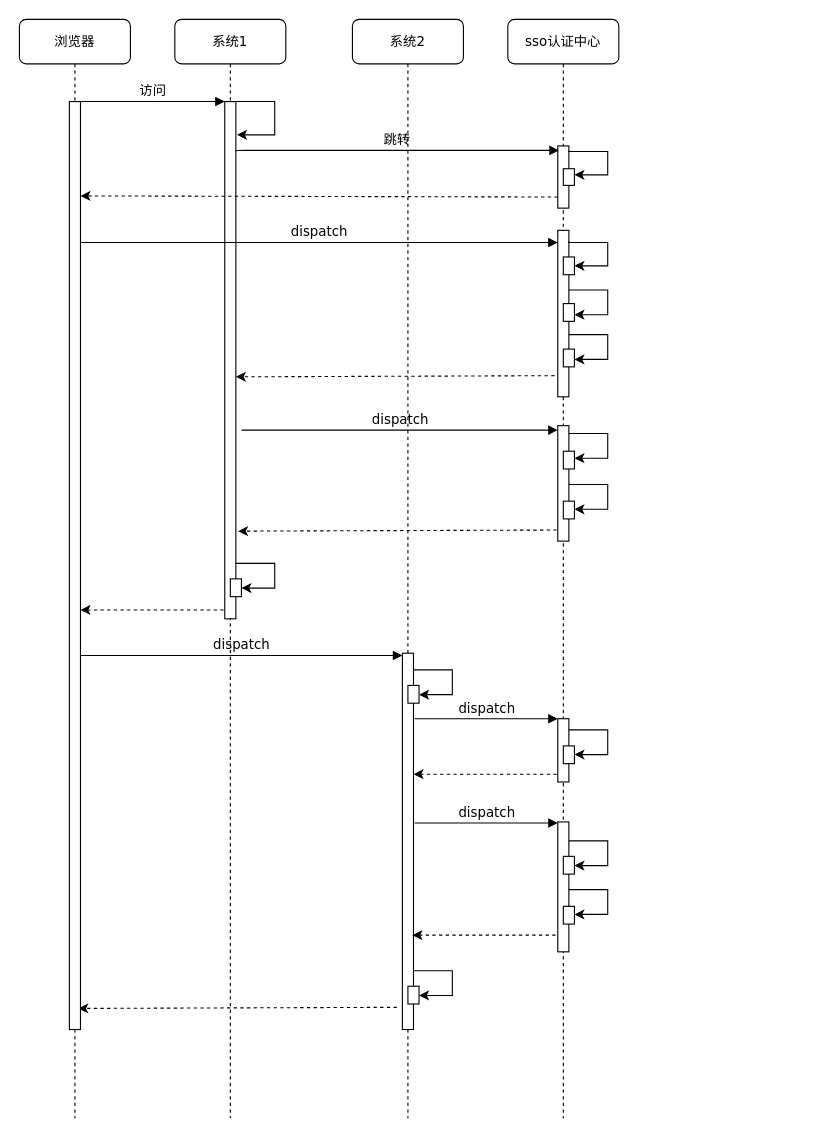
Before: page "第 1 页" (1 of 2) of 东庄信息化项目-统一权限管理-单点登录.drawio in sun-beijixing/drawio, a draw.io diagram. Source tidied: cells renumbered, new cells numbered last; positions are measured from the earlier drawing's top-left corner, leaving out a move shared by most shapes. Both pictures are drawn from the tidied source at 111%, with x=0, y=0 at pixel (19, 19).
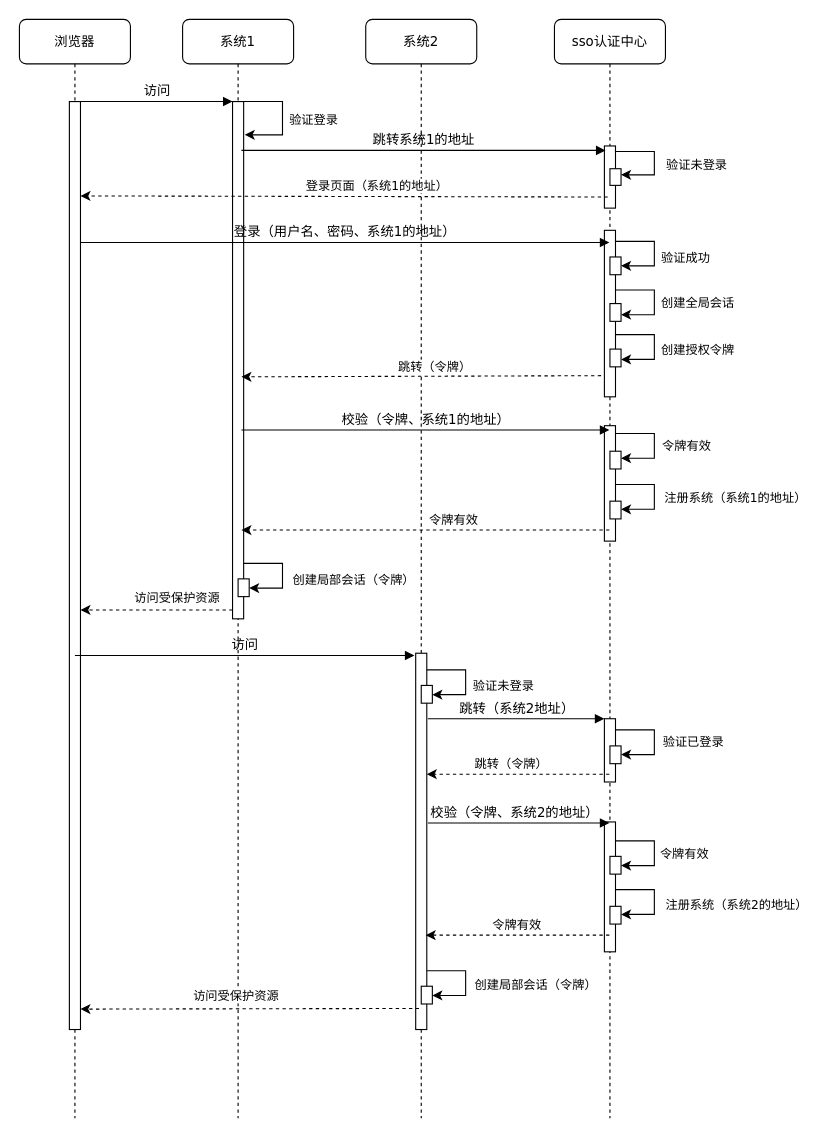
Above is the later version.

Commit message (it also covers changes not shown here):
Update 东庄信息化项目-统一权限管理-单点登录.drawio

The change refers to these unchanged cells:
```xml
<mxCell id="3" style="html=1;points=[];perimeter=orthogonalPerimeter;rounded=0;shadow=0;comic=0;labelBackgroundColor=none;strokeWidth=1;fontFamily=Verdana;fontSize=12;align=center;" parent="2" vertex="1">
  <mxGeometry x="45" y="114" width="10" height="56" as="geometry" />
</mxCell>
<mxCell id="4" style="html=1;points=[];perimeter=orthogonalPerimeter;rounded=0;shadow=0;comic=0;labelBackgroundColor=none;strokeWidth=1;fontFamily=Verdana;fontSize=12;align=center;" parent="2" vertex="1">
  <mxGeometry x="45" y="190" width="10" height="150" as="geometry" />
</mxCell>
<mxCell id="6" style="endArrow=classic;html=1;exitX=1;exitY=0.071;exitDx=0;exitDy=0;exitPerimeter=0;edgeStyle=orthogonalEdgeStyle;jumpSize=0;rounded=0;" parent="2" edge="1" source="3">
  <mxGeometry relative="1" as="geometry">
    <mxPoint x="60" y="140" as="targetPoint" />
    <Array as="points">
      <mxPoint x="90" y="119" />
      <mxPoint x="90" y="140" />
      <mxPoint x="60" y="140" />
    </Array>
  </mxGeometry>
</mxCell>
<mxCell id="16" style="html=1;points=[];perimeter=orthogonalPerimeter;rounded=0;shadow=0;comic=0;labelBackgroundColor=none;strokeWidth=1;fontFamily=Verdana;fontSize=12;align=center;" parent="2" vertex="1">
  <mxGeometry x="45" y="630" width="10" height="57" as="geometry" />
</mxCell>
<mxCell id="18" style="endArrow=classic;html=1;exitX=1;exitY=0.071;exitDx=0;exitDy=0;exitPerimeter=0;edgeStyle=orthogonalEdgeStyle;jumpSize=0;rounded=0;" parent="2" edge="1">
  <mxGeometry relative="1" as="geometry">
    <mxPoint x="55" y="243.7" as="sourcePoint" />
    <mxPoint x="60" y="266" as="targetPoint" />
    <Array as="points">
      <mxPoint x="90" y="244" />
      <mxPoint x="90" y="266" />
      <mxPoint x="60" y="266" />
    </Array>
  </mxGeometry>
</mxCell>
<mxCell id="20" style="endArrow=classic;html=1;exitX=1;exitY=0.071;exitDx=0;exitDy=0;exitPerimeter=0;edgeStyle=orthogonalEdgeStyle;jumpSize=0;rounded=0;" parent="2" edge="1">
  <mxGeometry relative="1" as="geometry">
    <mxPoint x="55" y="284" as="sourcePoint" />
    <mxPoint x="60" y="306.3" as="targetPoint" />
    <Array as="points">
      <mxPoint x="90" y="284.3" />
      <mxPoint x="90" y="306.3" />
      <mxPoint x="60" y="306.3" />
    </Array>
  </mxGeometry>
</mxCell>
<mxCell id="21" style="endArrow=classic;html=1;exitX=1;exitY=0.071;exitDx=0;exitDy=0;exitPerimeter=0;edgeStyle=orthogonalEdgeStyle;jumpSize=0;rounded=0;" parent="2" edge="1">
  <mxGeometry relative="1" as="geometry">
    <mxPoint x="55" y="373" as="sourcePoint" />
    <mxPoint x="60" y="395.3" as="targetPoint" />
    <Array as="points">
      <mxPoint x="90" y="373.3" />
      <mxPoint x="90" y="395.3" />
      <mxPoint x="60" y="395.3" />
    </Array>
  </mxGeometry>
</mxCell>
<mxCell id="22" style="endArrow=classic;html=1;exitX=1;exitY=0.071;exitDx=0;exitDy=0;exitPerimeter=0;edgeStyle=orthogonalEdgeStyle;jumpSize=0;rounded=0;" parent="2" edge="1">
  <mxGeometry relative="1" as="geometry">
    <mxPoint x="55" y="419" as="sourcePoint" />
    <mxPoint x="60" y="441.3" as="targetPoint" />
    <Array as="points">
      <mxPoint x="90" y="419.3" />
      <mxPoint x="90" y="441.3" />
      <mxPoint x="60" y="441.3" />
    </Array>
  </mxGeometry>
</mxCell>
<mxCell id="23" style="endArrow=classic;html=1;exitX=1;exitY=0.071;exitDx=0;exitDy=0;exitPerimeter=0;edgeStyle=orthogonalEdgeStyle;jumpSize=0;rounded=0;" parent="2" edge="1">
  <mxGeometry relative="1" as="geometry">
    <mxPoint x="55" y="640" as="sourcePoint" />
    <mxPoint x="60" y="662.3" as="targetPoint" />
    <Array as="points">
      <mxPoint x="90" y="640.3" />
      <mxPoint x="90" y="662.3" />
      <mxPoint x="60" y="662.3" />
    </Array>
  </mxGeometry>
</mxCell>
<mxCell id="24" style="endArrow=classic;html=1;exitX=1;exitY=0.071;exitDx=0;exitDy=0;exitPerimeter=0;edgeStyle=orthogonalEdgeStyle;jumpSize=0;rounded=0;" parent="2" edge="1">
  <mxGeometry relative="1" as="geometry">
    <mxPoint x="55" y="740" as="sourcePoint" />
    <mxPoint x="60" y="762.3" as="targetPoint" />
    <Array as="points">
      <mxPoint x="90" y="740.3" />
      <mxPoint x="90" y="762.3" />
      <mxPoint x="60" y="762.3" />
    </Array>
  </mxGeometry>
</mxCell>
<mxCell id="25" style="endArrow=classic;html=1;exitX=1;exitY=0.071;exitDx=0;exitDy=0;exitPerimeter=0;edgeStyle=orthogonalEdgeStyle;jumpSize=0;rounded=0;" parent="2" edge="1">
  <mxGeometry relative="1" as="geometry">
    <mxPoint x="55" y="784" as="sourcePoint" />
    <mxPoint x="60" y="806.3" as="targetPoint" />
    <Array as="points">
      <mxPoint x="90" y="784.3" />
      <mxPoint x="90" y="806.3" />
      <mxPoint x="60" y="806.3" />
    </Array>
  </mxGeometry>
</mxCell>
<mxCell id="27" style="html=1;points=[];perimeter=orthogonalPerimeter;rounded=0;shadow=0;comic=0;labelBackgroundColor=none;strokeWidth=1;fontFamily=Verdana;fontSize=12;align=center;" parent="26" vertex="1">
  <mxGeometry x="45" y="74" width="10" height="466" as="geometry" />
</mxCell>
<mxCell id="34" style="html=1;points=[];perimeter=orthogonalPerimeter;rounded=0;shadow=0;comic=0;labelBackgroundColor=none;strokeWidth=1;fontFamily=Verdana;fontSize=12;align=center;" parent="33" vertex="1">
  <mxGeometry x="45" y="571" width="10" height="339" as="geometry" />
</mxCell>
<mxCell id="38" value="浏览器" style="shape=umlLifeline;perimeter=lifelinePerimeter;whiteSpace=wrap;html=1;rounded=1;shadow=0;comic=0;labelBackgroundColor=none;strokeWidth=1;fontFamily=Verdana;fontSize=12;align=center;" parent="1" vertex="1">
  <mxGeometry width="100" height="990" as="geometry" />
</mxCell>
<mxCell id="39" style="html=1;points=[];perimeter=orthogonalPerimeter;rounded=0;shadow=0;comic=0;labelBackgroundColor=none;strokeWidth=1;fontFamily=Verdana;fontSize=12;align=center;" parent="38" vertex="1">
  <mxGeometry x="45" y="74" width="10" height="836" as="geometry" />
</mxCell>
```

Change to the diagram source:
```diff
@@
     <mxCell id="2" value="sso认证中心" style="shape=umlLifeline;perimeter=lifelinePerimeter;whiteSpace=wrap;html=1;outlineConnect=0;rounded=1;shadow=0;comic=0;labelBackgroundColor=none;strokeWidth=1;fontFamily=Verdana;fontSize=12;align=center;" parent="1" vertex="1">
-      <mxGeometry x="440" width="100" height="990" as="geometry" />
+      <mxGeometry x="482" width="100" height="990" as="geometry" />
     </mxCell>
@@
+    <mxCell id="53" value="验证未登录" style="edgeLabel;html=1;align=center;verticalAlign=middle;fontFamily=Verdana;" parent="6" vertex="1">
+      <mxGeometry x="-0.34" y="2" relative="1" as="geometry">
+        <mxPoint x="45" y="13" as="offset" />
+      </mxGeometry>
+    </mxCell>
@@
+    <mxCell id="54" value="创建全局会话" style="edgeLabel;html=1;align=center;verticalAlign=middle;fontFamily=Verdana;" parent="18" vertex="1">
+      <mxGeometry x="-0.41" y="2" relative="1" as="geometry">
+        <mxPoint x="47" y="14" as="offset" />
+      </mxGeometry>
+    </mxCell>
     <mxCell id="19" style="endArrow=classic;html=1;exitX=1;exitY=0.071;exitDx=0;exitDy=0;exitPerimeter=0;edgeStyle=orthogonalEdgeStyle;jumpSize=0;rounded=0;" parent="2" edge="1">
       <mxGeometry relative="1" as="geometry">
         <mxPoint x="55" y="200" as="sourcePoint" />
         <mxPoint x="60" y="222" as="targetPoint" />
         <Array as="points">
-          <mxPoint x="90" y="201" />
+          <mxPoint x="90" y="200" />
           <mxPoint x="90" y="222" />
-          <mxPoint x="60" y="222" />
         </Array>
       </mxGeometry>
     </mxCell>
+    <mxCell id="55" value="验证成功" style="edgeLabel;html=1;align=center;verticalAlign=middle;fontFamily=Verdana;" parent="19" vertex="1">
+      <mxGeometry x="-0.37" relative="1" as="geometry">
+        <mxPoint x="35" y="14" as="offset" />
+      </mxGeometry>
+    </mxCell>
@@
+    <mxCell id="56" value="创建授权令牌" style="edgeLabel;html=1;align=center;verticalAlign=middle;fontFamily=Verdana;" parent="20" vertex="1">
+      <mxGeometry x="-0.25" y="1" relative="1" as="geometry">
+        <mxPoint x="40" y="14" as="offset" />
+      </mxGeometry>
+    </mxCell>
@@
+    <mxCell id="57" value="令牌有效" style="edgeLabel;html=1;align=center;verticalAlign=middle;fontFamily=Verdana;" parent="21" vertex="1">
+      <mxGeometry x="-0.25" y="1" relative="1" as="geometry">
+        <mxPoint x="30" y="11" as="offset" />
+      </mxGeometry>
+    </mxCell>
@@
+    <mxCell id="58" value="注册系统（系统1的地址）" style="edgeLabel;html=1;align=center;verticalAlign=middle;fontFamily=Verdana;" parent="22" vertex="1">
+      <mxGeometry x="-0.18" y="-1" relative="1" as="geometry">
+        <mxPoint x="73" y="10" as="offset" />
+      </mxGeometry>
+    </mxCell>
@@
+    <mxCell id="59" value="验证已登录" style="edgeLabel;html=1;align=center;verticalAlign=middle;fontFamily=Verdana;" parent="23" vertex="1">
+      <mxGeometry x="-0.2" relative="1" as="geometry">
+        <mxPoint x="34" y="10" as="offset" />
+      </mxGeometry>
+    </mxCell>
@@
+    <mxCell id="60" value="令牌有效" style="edgeLabel;html=1;align=center;verticalAlign=middle;fontFamily=Verdana;" parent="24" vertex="1">
+      <mxGeometry x="-0.27" y="1" relative="1" as="geometry">
+        <mxPoint x="29" y="12" as="offset" />
+      </mxGeometry>
+    </mxCell>
@@
+    <mxCell id="61" value="注册系统（系统2的地址）" style="edgeLabel;html=1;align=center;verticalAlign=middle;fontFamily=Verdana;" parent="25" vertex="1">
+      <mxGeometry x="-0.23" relative="1" as="geometry">
+        <mxPoint x="74" y="13" as="offset" />
+      </mxGeometry>
+    </mxCell>
     <mxCell id="26" value="系统1" style="shape=umlLifeline;perimeter=lifelinePerimeter;whiteSpace=wrap;html=1;rounded=1;shadow=0;comic=0;labelBackgroundColor=none;strokeWidth=1;fontFamily=Verdana;fontSize=12;align=center;" parent="1" vertex="1">
-      <mxGeometry x="140" width="100" height="990" as="geometry" />
+      <mxGeometry x="147" width="100" height="990" as="geometry" />
     </mxCell>
@@
-    <mxCell id="28" style="endArrow=classic;html=1;exitX=1;exitY=0.071;exitDx=0;exitDy=0;exitPerimeter=0;edgeStyle=orthogonalEdgeStyle;jumpSize=0;rounded=0;" parent="26" edge="1">
+    <mxCell id="28" style="endArrow=classic;html=1;exitX=1;exitY=0.071;exitDx=0;exitDy=0;exitPerimeter=0;edgeStyle=orthogonalEdgeStyle;jumpSize=0;rounded=0;fontFamily=Verdana;" parent="26" edge="1">
       <mxGeometry relative="1" as="geometry">
         <mxPoint x="55" y="74" as="sourcePoint" />
         <mxPoint x="56" y="104" as="targetPoint" />
         <Array as="points">
           <mxPoint x="90" y="74" />
           <mxPoint x="90" y="104" />
           <mxPoint x="56" y="104" />
         </Array>
       </mxGeometry>
     </mxCell>
+    <mxCell id="62" value="验证登录" style="edgeLabel;html=1;align=center;verticalAlign=middle;fontFamily=Verdana;" parent="28" vertex="1">
+      <mxGeometry x="-0.46" relative="1" as="geometry">
+        <mxPoint x="35" y="16" as="offset" />
+      </mxGeometry>
+    </mxCell>
@@
     <mxCell id="30" style="endArrow=classic;html=1;exitX=1;exitY=0.071;exitDx=0;exitDy=0;exitPerimeter=0;edgeStyle=orthogonalEdgeStyle;jumpSize=0;rounded=0;" parent="26" edge="1">
       <mxGeometry relative="1" as="geometry">
         <mxPoint x="55" y="490" as="sourcePoint" />
         <mxPoint x="60" y="512.3" as="targetPoint" />
         <Array as="points">
-          <mxPoint x="90" y="490.3" />
-          <mxPoint x="90" y="512.3" />
-          <mxPoint x="60" y="512.3" />
+          <mxPoint x="90" y="490" />
+          <mxPoint x="90" y="512" />
         </Array>
       </mxGeometry>
     </mxCell>
-    <mxCell id="31" value="dispatch" style="html=1;verticalAlign=bottom;endArrow=block;entryX=0;entryY=0;labelBackgroundColor=none;fontFamily=Verdana;fontSize=12;" parent="26" edge="1">
-      <mxGeometry relative="1" as="geometry">
-        <mxPoint x="-85" y="573" as="sourcePoint" />
-        <mxPoint x="205" y="573" as="targetPoint" />
-      </mxGeometry>
-    </mxCell>
-    <mxCell id="32" style="endArrow=classic;html=1;rounded=0;jumpSize=0;dashed=1;exitX=-0.3;exitY=0.873;exitDx=0;exitDy=0;exitPerimeter=0;" parent="26" edge="1">
-      <mxGeometry relative="1" as="geometry">
-        <mxPoint x="200" y="890" as="sourcePoint" />
-        <mxPoint x="-87" y="891" as="targetPoint" />
-      </mxGeometry>
-    </mxCell>
+    <mxCell id="63" value="创建局部会话（令牌）" style="edgeLabel;html=1;align=center;verticalAlign=middle;fontFamily=Verdana;" parent="30" vertex="1">
+      <mxGeometry x="-0.29" relative="1" as="geometry">
+        <mxPoint x="67" y="14" as="offset" />
+      </mxGeometry>
+    </mxCell>
     <mxCell id="33" value="系统2" style="shape=umlLifeline;perimeter=lifelinePerimeter;whiteSpace=wrap;html=1;rounded=1;shadow=0;comic=0;labelBackgroundColor=none;strokeWidth=1;fontFamily=Verdana;fontSize=12;align=center;" parent="1" vertex="1">
-      <mxGeometry x="300" width="100" height="990" as="geometry" />
+      <mxGeometry x="312" width="100" height="990" as="geometry" />
     </mxCell>
@@
-    <mxCell id="35" value="dispatch" style="html=1;verticalAlign=bottom;endArrow=block;entryX=0;entryY=0;labelBackgroundColor=none;fontFamily=Verdana;fontSize=12;" parent="33" edge="1">
-      <mxGeometry relative="1" as="geometry">
-        <mxPoint x="-100" y="370" as="sourcePoint" />
-        <mxPoint x="185" y="370" as="targetPoint" />
-      </mxGeometry>
-    </mxCell>
-    <mxCell id="36" value="dispatch" style="html=1;verticalAlign=bottom;endArrow=block;entryX=0;entryY=0;labelBackgroundColor=none;fontFamily=Verdana;fontSize=12;" parent="33" edge="1">
+    <mxCell id="36" value="跳转（系统2地址）" style="html=1;verticalAlign=bottom;endArrow=block;labelBackgroundColor=none;fontFamily=Verdana;fontSize=12;" parent="33" edge="1" target="16">
       <mxGeometry relative="1" as="geometry">
         <mxPoint x="56" y="630" as="sourcePoint" />
-        <mxPoint x="185" y="630" as="targetPoint" />
       </mxGeometry>
     </mxCell>
-    <mxCell id="37" style="endArrow=classic;html=1;rounded=0;jumpSize=0;dashed=1;" parent="33" edge="1">
+    <mxCell id="37" style="endArrow=classic;html=1;rounded=0;jumpSize=0;dashed=1;" parent="33" edge="1" source="2">
       <mxGeometry relative="1" as="geometry">
-        <mxPoint x="184" y="680" as="sourcePoint" />
         <mxPoint x="55" y="680" as="targetPoint" />
       </mxGeometry>
     </mxCell>
+    <mxCell id="64" value="跳转（令牌）" style="edgeLabel;html=1;align=center;verticalAlign=middle;fontFamily=Verdana;" parent="37" vertex="1">
+      <mxGeometry x="0.38" y="1" relative="1" as="geometry">
+        <mxPoint x="25" y="-11" as="offset" />
+      </mxGeometry>
+    </mxCell>
@@
-    <mxCell id="40" style="endArrow=classic;html=1;rounded=0;jumpSize=0;dashed=1;exitX=0;exitY=0.871;exitDx=0;exitDy=0;exitPerimeter=0;" parent="38" edge="1">
+    <mxCell id="40" style="endArrow=classic;html=1;rounded=0;jumpSize=0;dashed=1;" parent="38" edge="1">
       <mxGeometry relative="1" as="geometry">
-        <mxPoint x="485" y="160" as="sourcePoint" />
+        <mxPoint x="530" y="160" as="sourcePoint" />
         <mxPoint x="55" y="159" as="targetPoint" />
       </mxGeometry>
     </mxCell>
+    <mxCell id="65" value="登录页面（系统1的地址）" style="edgeLabel;html=1;align=center;verticalAlign=middle;fontFamily=Verdana;" parent="40" vertex="1">
+      <mxGeometry x="-0.3" y="-2" relative="1" as="geometry">
+        <mxPoint x="-43" y="-8" as="offset" />
+      </mxGeometry>
+    </mxCell>
-    <mxCell id="41" value="dispatch" style="html=1;verticalAlign=bottom;endArrow=block;entryX=0;entryY=0;labelBackgroundColor=none;fontFamily=Verdana;fontSize=12;" parent="1" edge="1">
+    <mxCell id="41" value="登录（用户名、密码、系统1的地址）" style="html=1;verticalAlign=bottom;endArrow=block;labelBackgroundColor=none;fontFamily=Verdana;fontSize=12;" parent="1" edge="1" target="2">
       <mxGeometry relative="1" as="geometry">
         <mxPoint x="55" y="201" as="sourcePoint" />
-        <mxPoint x="485" y="201" as="targetPoint" />
       </mxGeometry>
     </mxCell>
@@
-    <mxCell id="43" value="跳转" style="html=1;verticalAlign=bottom;endArrow=block;entryX=0.1;entryY=0.071;labelBackgroundColor=none;fontFamily=Verdana;fontSize=12;edgeStyle=elbowEdgeStyle;elbow=vertical;entryDx=0;entryDy=0;entryPerimeter=0;" parent="1" edge="1" target="3">
+    <mxCell id="43" value="跳转系统1的地址" style="html=1;verticalAlign=bottom;endArrow=block;entryX=0.1;entryY=0.071;labelBackgroundColor=none;fontFamily=Verdana;fontSize=12;edgeStyle=elbowEdgeStyle;elbow=vertical;entryDx=0;entryDy=0;entryPerimeter=0;" parent="1" edge="1" target="3">
       <mxGeometry relative="1" as="geometry">
-        <mxPoint x="195" y="119" as="sourcePoint" />
+        <mxPoint x="200" y="118" as="sourcePoint" />
       </mxGeometry>
     </mxCell>
     <mxCell id="44" style="endArrow=classic;html=1;rounded=0;jumpSize=0;dashed=1;exitX=-0.3;exitY=0.873;exitDx=0;exitDy=0;exitPerimeter=0;" parent="1" edge="1" source="4">
       <mxGeometry relative="1" as="geometry">
-        <mxPoint x="195" y="322" as="targetPoint" />
+        <mxPoint x="200" y="322" as="targetPoint" />
       </mxGeometry>
     </mxCell>
+    <mxCell id="66" value="跳转（令牌）" style="edgeLabel;html=1;align=center;verticalAlign=middle;fontFamily=Verdana;" parent="44" vertex="1">
+      <mxGeometry x="0.1" y="-2" relative="1" as="geometry">
+        <mxPoint x="28" y="-7" as="offset" />
+      </mxGeometry>
+    </mxCell>
-    <mxCell id="45" style="endArrow=classic;html=1;rounded=0;jumpSize=0;dashed=1;exitX=-0.3;exitY=0.873;exitDx=0;exitDy=0;exitPerimeter=0;" parent="1" edge="1">
+    <mxCell id="45" style="endArrow=classic;html=1;rounded=0;jumpSize=0;dashed=1;" parent="1" edge="1" source="2">
       <mxGeometry relative="1" as="geometry">
-        <mxPoint x="484" y="460" as="sourcePoint" />
-        <mxPoint x="197" y="461" as="targetPoint" />
+        <mxPoint x="200" y="460" as="targetPoint" />
       </mxGeometry>
     </mxCell>
+    <mxCell id="67" value="令牌有效" style="edgeLabel;html=1;align=center;verticalAlign=middle;fontFamily=Verdana;" parent="45" vertex="1">
+      <mxGeometry x="-0.13" y="1" relative="1" as="geometry">
+        <mxPoint x="3" y="-11" as="offset" />
+      </mxGeometry>
+    </mxCell>
-    <mxCell id="46" style="endArrow=classic;html=1;rounded=0;jumpSize=0;dashed=1;" parent="1" edge="1">
+    <mxCell id="46" style="endArrow=classic;html=1;rounded=0;jumpSize=0;dashed=1;" parent="1" edge="1" source="27">
       <mxGeometry relative="1" as="geometry">
-        <mxPoint x="184" y="532" as="sourcePoint" />
         <mxPoint x="55" y="532" as="targetPoint" />
       </mxGeometry>
     </mxCell>
+    <mxCell id="68" value="访问受保护资源" style="edgeLabel;html=1;align=center;verticalAlign=middle;fontFamily=Verdana;" parent="46" vertex="1">
+      <mxGeometry x="-0.16" y="-2" relative="1" as="geometry">
+        <mxPoint x="7" y="-10" as="offset" />
+      </mxGeometry>
+    </mxCell>
     <mxCell id="47" style="html=1;perimeter=orthogonalPerimeter;rounded=0;shadow=0;comic=0;labelBackgroundColor=none;strokeWidth=1;fontFamily=Verdana;fontSize=12;align=center;" parent="1" vertex="1">
-      <mxGeometry x="350" y="600" width="10" height="16" as="geometry" />
+      <mxGeometry x="362" y="600" width="10" height="16" as="geometry" />
     </mxCell>
     <mxCell id="48" style="endArrow=classic;html=1;exitX=1;exitY=0.071;exitDx=0;exitDy=0;exitPerimeter=0;edgeStyle=orthogonalEdgeStyle;jumpSize=0;rounded=0;" parent="1" edge="1">
       <mxGeometry relative="1" as="geometry">
-        <mxPoint x="355" y="586" as="sourcePoint" />
-        <mxPoint x="360" y="608.3" as="targetPoint" />
+        <mxPoint x="367" y="586" as="sourcePoint" />
+        <mxPoint x="372" y="608.3" as="targetPoint" />
         <Array as="points">
-          <mxPoint x="390" y="586.3" />
-          <mxPoint x="390" y="608.3" />
-          <mxPoint x="360" y="608.3" />
+          <mxPoint x="402" y="586.3" />
+          <mxPoint x="402" y="608.3" />
+          <mxPoint x="372" y="608.3" />
         </Array>
       </mxGeometry>
     </mxCell>
+    <mxCell id="69" value="验证未登录" style="edgeLabel;html=1;align=center;verticalAlign=middle;fontFamily=Verdana;" parent="48" vertex="1">
+      <mxGeometry x="-0.38" y="-1" relative="1" as="geometry">
+        <mxPoint x="41" y="13" as="offset" />
+      </mxGeometry>
+    </mxCell>
-    <mxCell id="49" value="dispatch" style="html=1;verticalAlign=bottom;endArrow=block;entryX=0;entryY=0;labelBackgroundColor=none;fontFamily=Verdana;fontSize=12;" parent="1" edge="1">
-      <mxGeometry relative="1" as="geometry">
-        <mxPoint x="356" y="724" as="sourcePoint" />
-        <mxPoint x="485" y="724" as="targetPoint" />
+    <mxCell id="49" value="校验（令牌、系统2的地址）" style="html=1;verticalAlign=bottom;endArrow=block;labelBackgroundColor=none;fontFamily=Verdana;fontSize=12;" parent="1" edge="1" target="2">
+      <mxGeometry x="-0.04" relative="1" as="geometry">
+        <mxPoint x="368" y="724" as="sourcePoint" />
       </mxGeometry>
     </mxCell>
-    <mxCell id="50" style="endArrow=classic;html=1;rounded=0;jumpSize=0;dashed=1;" parent="1" edge="1">
+    <mxCell id="50" style="endArrow=classic;html=1;rounded=0;jumpSize=0;dashed=1;" parent="1" edge="1" source="2">
       <mxGeometry relative="1" as="geometry">
-        <mxPoint x="483" y="825" as="sourcePoint" />
-        <mxPoint x="354" y="825" as="targetPoint" />
+        <mxPoint x="366" y="825" as="targetPoint" />
       </mxGeometry>
     </mxCell>
+    <mxCell id="70" value="令牌有效" style="edgeLabel;html=1;align=center;verticalAlign=middle;fontFamily=Verdana;" parent="50" vertex="1">
+      <mxGeometry x="0.19" y="-2" relative="1" as="geometry">
+        <mxPoint x="14" y="-8" as="offset" />
+      </mxGeometry>
+    </mxCell>
     <mxCell id="51" style="html=1;perimeter=orthogonalPerimeter;rounded=0;shadow=0;comic=0;labelBackgroundColor=none;strokeWidth=1;fontFamily=Verdana;fontSize=12;align=center;" parent="1" vertex="1">
-      <mxGeometry x="350" y="871" width="10" height="16" as="geometry" />
+      <mxGeometry x="362" y="871" width="10" height="16" as="geometry" />
     </mxCell>
     <mxCell id="52" style="endArrow=classic;html=1;exitX=1;exitY=0.071;exitDx=0;exitDy=0;exitPerimeter=0;edgeStyle=orthogonalEdgeStyle;jumpSize=0;rounded=0;" parent="1" edge="1">
       <mxGeometry relative="1" as="geometry">
-        <mxPoint x="355" y="857" as="sourcePoint" />
-        <mxPoint x="360" y="879.3" as="targetPoint" />
+        <mxPoint x="367" y="857" as="sourcePoint" />
+        <mxPoint x="372" y="879.3" as="targetPoint" />
         <Array as="points">
-          <mxPoint x="390" y="857.3" />
-          <mxPoint x="390" y="879.3" />
-          <mxPoint x="360" y="879.3" />
+          <mxPoint x="402" y="857.3" />
+          <mxPoint x="402" y="879.3" />
+          <mxPoint x="372" y="879.3" />
         </Array>
       </mxGeometry>
     </mxCell>
+    <mxCell id="71" value="创建局部会话（令牌）" style="edgeLabel;html=1;align=center;verticalAlign=middle;fontFamily=Verdana;" parent="52" vertex="1">
+      <mxGeometry x="-0.36" relative="1" as="geometry">
+        <mxPoint x="69" y="12" as="offset" />
+      </mxGeometry>
+    </mxCell>
+    <mxCell id="32" style="endArrow=classic;html=1;rounded=0;jumpSize=0;dashed=1;exitX=0.3;exitY=0.944;exitDx=0;exitDy=0;exitPerimeter=0;entryX=1;entryY=0.978;entryDx=0;entryDy=0;entryPerimeter=0;" parent="1" edge="1" source="34" target="39">
+      <mxGeometry relative="1" as="geometry" />
+    </mxCell>
+    <mxCell id="72" value="访问受保护资源" style="edgeLabel;html=1;align=center;verticalAlign=middle;fontFamily=Verdana;" parent="32" vertex="1">
+      <mxGeometry x="0.19" relative="1" as="geometry">
+        <mxPoint x="15" y="-12" as="offset" />
+      </mxGeometry>
+    </mxCell>
+    <mxCell id="31" value="访问" style="html=1;verticalAlign=bottom;endArrow=block;entryX=-0.113;entryY=0.006;labelBackgroundColor=none;fontFamily=Verdana;fontSize=12;entryDx=0;entryDy=0;entryPerimeter=0;exitX=0.5;exitY=0.597;exitDx=0;exitDy=0;exitPerimeter=0;" parent="1" edge="1" source="39" target="34">
+      <mxGeometry relative="1" as="geometry" />
+    </mxCell>
+    <mxCell id="35" value="校验（令牌、系统1的地址）" style="html=1;verticalAlign=bottom;endArrow=block;labelBackgroundColor=none;fontFamily=Verdana;fontSize=12;exitX=0.8;exitY=0.635;exitDx=0;exitDy=0;exitPerimeter=0;" parent="1" edge="1" source="27" target="2">
+      <mxGeometry relative="1" as="geometry" />
+    </mxCell>
```
